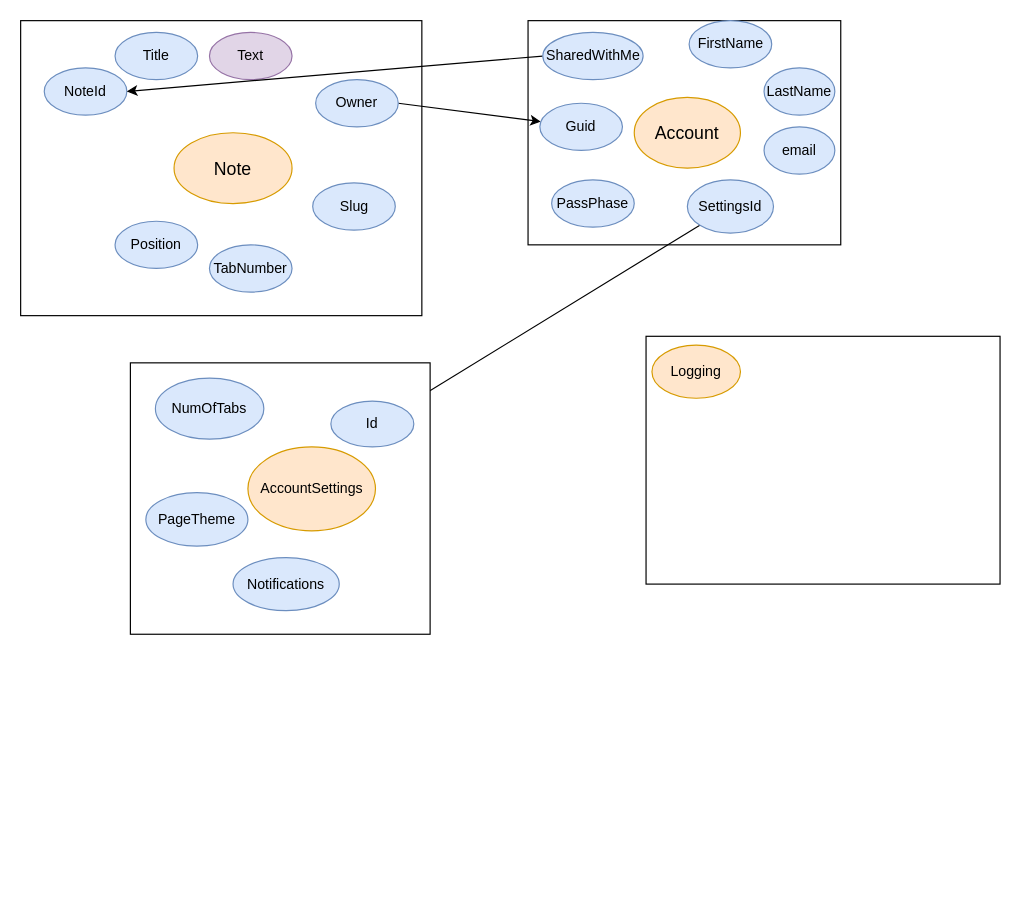
The draw.io diagram page "DataModel" (1 of 2) of GraduateWork/DataModel.drawio in AdamNagy/Nadam.L2Plus, before the edit. Source tidied: cells renumbered, new cells numbered last; positions are measured from the earlier drawing's top-left corner, leaving out a move shared by most shapes. Both pictures are drawn from the tidied source at 118%, with x=0, y=0 at pixel (20, 20).
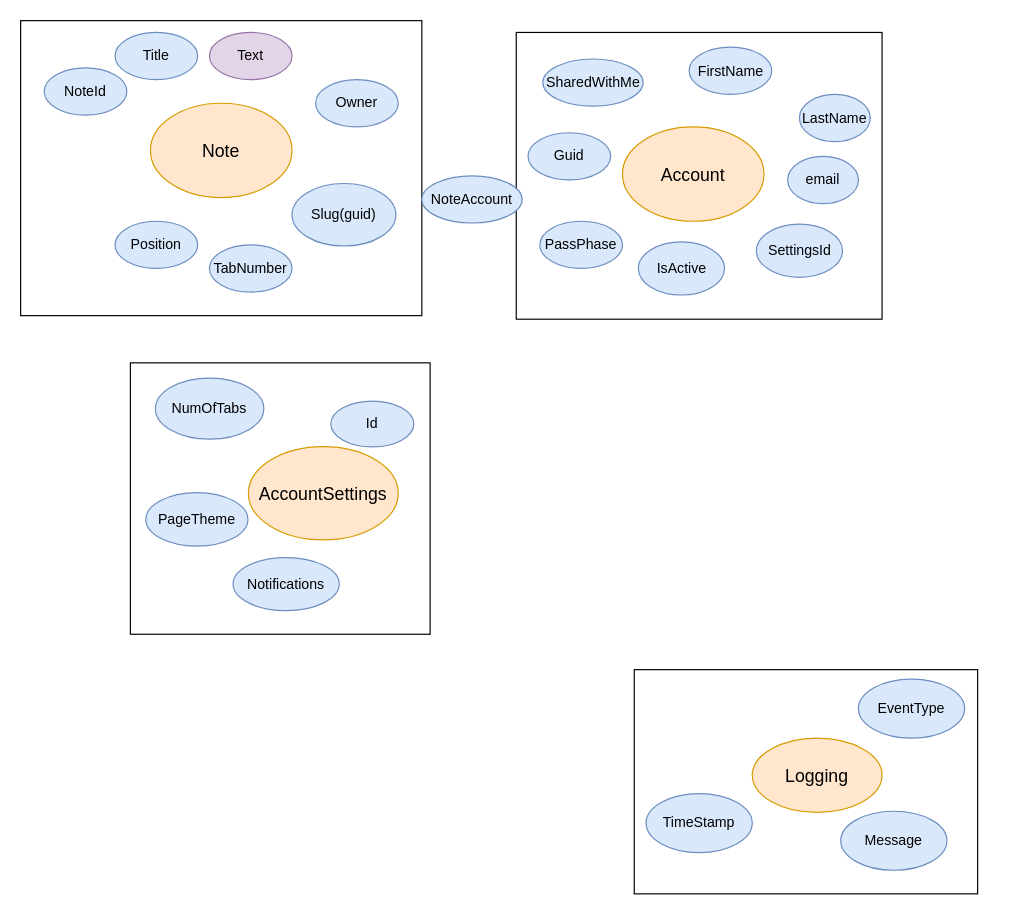
The same page after the edit.

The change refers to these unchanged cells:
```xml
<mxCell id="4" value="NoteId" style="ellipse;whiteSpace=wrap;html=1;fillColor=#dae8fc;strokeColor=#6c8ebf;" parent="1" vertex="1">
  <mxGeometry x="20" y="40" width="70" height="40" as="geometry" />
</mxCell>
<mxCell id="8" value="Owner" style="ellipse;whiteSpace=wrap;html=1;fillColor=#dae8fc;strokeColor=#6c8ebf;" parent="1" vertex="1">
  <mxGeometry x="250" y="50" width="70" height="40" as="geometry" />
</mxCell>
<mxCell id="29" value="Id" style="ellipse;whiteSpace=wrap;html=1;strokeWidth=1;fontSize=12;fillColor=#dae8fc;strokeColor=#6c8ebf;" parent="1" vertex="1">
  <mxGeometry x="262.9" y="322.4" width="70.3" height="38.8" as="geometry" />
</mxCell>
```

What changed in the source:
```diff
@@
+    <mxCell id="25" style="rounded=0;whiteSpace=wrap;html=1;strokeWidth=1;fontSize=15;" parent="1" vertex="1">
+      <mxGeometry x="93" y="290" width="254" height="230" as="geometry" />
+    </mxCell>
     <mxCell id="2" style="rounded=0;whiteSpace=wrap;html=1;strokeWidth=1;fontSize=15;" parent="1" vertex="1">
-      <mxGeometry x="430" width="265" height="190" as="geometry" />
+      <mxGeometry x="420" y="10" width="310" height="243" as="geometry" />
     </mxCell>
@@
-    <mxCell id="7" style="rounded=0;jettySize=auto;html=1;exitX=1;exitY=0.5;exitDx=0;exitDy=0;fontSize=12;" parent="1" edge="1" source="8" target="17">
-      <mxGeometry relative="1" as="geometry" />
-    </mxCell>
@@
-    <mxCell id="9" style="edgeStyle=none;rounded=0;jettySize=auto;html=1;exitX=0;exitY=0.5;exitDx=0;exitDy=0;entryX=1;entryY=0.5;entryDx=0;entryDy=0;fontSize=12;" parent="1" edge="1" source="10" target="4">
-      <mxGeometry relative="1" as="geometry" />
-    </mxCell>
     <mxCell id="10" value="SharedWithMe" style="ellipse;whiteSpace=wrap;html=1;fillColor=#dae8fc;strokeColor=#6c8ebf;" parent="1" vertex="1">
-      <mxGeometry x="442.5" y="10" width="85" height="40" as="geometry" />
+      <mxGeometry x="442.5" y="32.5" width="85" height="40" as="geometry" />
     </mxCell>
-    <mxCell id="11" value="Slug" style="ellipse;whiteSpace=wrap;html=1;fillColor=#dae8fc;strokeColor=#6c8ebf;" parent="1" vertex="1">
-      <mxGeometry x="247.5" y="137.5" width="70" height="40" as="geometry" />
+    <mxCell id="11" value="Slug(guid)" style="ellipse;whiteSpace=wrap;html=1;fillColor=#dae8fc;strokeColor=#6c8ebf;" parent="1" vertex="1">
+      <mxGeometry x="230" y="138" width="88" height="53" as="geometry" />
     </mxCell>
@@
     <mxCell id="14" value="Account" style="ellipse;whiteSpace=wrap;html=1;strokeWidth=1;fontSize=15;fillColor=#ffe6cc;strokeColor=#d79b00;" parent="1" vertex="1">
-      <mxGeometry x="520" y="65" width="90" height="60" as="geometry" />
+      <mxGeometry x="510" y="90" width="120" height="80" as="geometry" />
     </mxCell>
     <mxCell id="15" value="FirstName" style="ellipse;whiteSpace=wrap;html=1;fillColor=#dae8fc;strokeColor=#6c8ebf;" parent="1" vertex="1">
-      <mxGeometry x="566.5" width="70" height="40" as="geometry" />
+      <mxGeometry x="566.5" y="22.5" width="70" height="40" as="geometry" />
     </mxCell>
     <mxCell id="16" value="LastName" style="ellipse;whiteSpace=wrap;html=1;fillColor=#dae8fc;strokeColor=#6c8ebf;" parent="1" vertex="1">
-      <mxGeometry x="630" y="40" width="60" height="40" as="geometry" />
+      <mxGeometry x="660" y="62.5" width="60" height="40" as="geometry" />
     </mxCell>
     <mxCell id="17" value="Guid" style="ellipse;whiteSpace=wrap;html=1;fillColor=#dae8fc;strokeColor=#6c8ebf;" parent="1" vertex="1">
-      <mxGeometry x="440" y="70" width="70" height="40" as="geometry" />
+      <mxGeometry x="430" y="95" width="70" height="40" as="geometry" />
     </mxCell>
     <mxCell id="18" value="PassPhase" style="ellipse;whiteSpace=wrap;html=1;fillColor=#dae8fc;strokeColor=#6c8ebf;" parent="1" vertex="1">
-      <mxGeometry x="450" y="135" width="70" height="40" as="geometry" />
+      <mxGeometry x="440" y="170" width="70" height="40" as="geometry" />
     </mxCell>
     <mxCell id="19" value="Note" style="ellipse;whiteSpace=wrap;html=1;strokeWidth=1;fontSize=15;fillColor=#ffe6cc;strokeColor=#d79b00;" parent="1" vertex="1">
-      <mxGeometry x="130" y="95" width="100" height="60" as="geometry" />
+      <mxGeometry x="110" y="70" width="120" height="80" as="geometry" />
     </mxCell>
-    <mxCell id="20" style="edgeStyle=none;rounded=0;jettySize=auto;html=1;exitX=0;exitY=1;exitDx=0;exitDy=0;entryX=1;entryY=0;entryDx=0;entryDy=0;fontSize=12;" parent="1" edge="1" source="21" target="29">
-      <mxGeometry relative="1" as="geometry" />
-    </mxCell>
     <mxCell id="21" value="SettingsId" style="ellipse;whiteSpace=wrap;html=1;strokeWidth=1;fontSize=12;fillColor=#dae8fc;strokeColor=#6c8ebf;" parent="1" vertex="1">
-      <mxGeometry x="565" y="135" width="73" height="45" as="geometry" />
+      <mxGeometry x="623.5" y="172.5" width="73" height="45" as="geometry" />
     </mxCell>
     <mxCell id="22" value="email" style="ellipse;whiteSpace=wrap;html=1;fillColor=#dae8fc;strokeColor=#6c8ebf;" parent="1" vertex="1">
-      <mxGeometry x="630" y="90" width="60" height="40" as="geometry" />
+      <mxGeometry x="650" y="115" width="60" height="40" as="geometry" />
     </mxCell>
     <mxCell id="23" style="rounded=0;whiteSpace=wrap;html=1;strokeWidth=1;fontSize=12;" parent="1" vertex="1">
-      <mxGeometry x="530" y="267.5" width="300" height="210" as="geometry" />
+      <mxGeometry x="520" y="550" width="291" height="190" as="geometry" />
     </mxCell>
-    <mxCell id="24" value="Logging" style="ellipse;whiteSpace=wrap;html=1;strokeWidth=1;fontSize=12;fillColor=#ffe6cc;strokeColor=#d79b00;" parent="1" vertex="1">
-      <mxGeometry x="535" y="275" width="75" height="45" as="geometry" />
+    <mxCell id="24" value="Logging" style="ellipse;whiteSpace=wrap;html=1;strokeWidth=1;fontSize=15;fillColor=#ffe6cc;strokeColor=#d79b00;" parent="1" vertex="1">
+      <mxGeometry x="620" y="608" width="110" height="63" as="geometry" />
     </mxCell>
-    <mxCell id="25" style="rounded=0;whiteSpace=wrap;html=1;strokeWidth=1;fontSize=15;" parent="1" vertex="1">
-      <mxGeometry x="93" y="290" width="254" height="230" as="geometry" />
-    </mxCell>
-    <mxCell id="26" value="AccountSettings" style="ellipse;whiteSpace=wrap;html=1;strokeWidth=1;fontSize=12;fillColor=#ffe6cc;strokeColor=#d79b00;" parent="1" vertex="1">
-      <mxGeometry x="192.6" y="361.2" width="108.1" height="71.2" as="geometry" />
+    <mxCell id="26" value="AccountSettings" style="ellipse;whiteSpace=wrap;html=1;strokeWidth=1;fontSize=15;fillColor=#ffe6cc;strokeColor=#d79b00;" parent="1" vertex="1">
+      <mxGeometry x="193" y="361" width="127" height="79" as="geometry" />
     </mxCell>
@@
+    <mxCell id="31" value="EventType" style="ellipse;whiteSpace=wrap;html=1;strokeWidth=1;fontSize=12;fillColor=#dae8fc;strokeColor=#6c8ebf;" parent="1" vertex="1">
+      <mxGeometry x="710" y="558" width="90" height="50" as="geometry" />
+    </mxCell>
+    <mxCell id="32" value="TimeStamp" style="ellipse;whiteSpace=wrap;html=1;strokeWidth=1;fontSize=12;fillColor=#dae8fc;strokeColor=#6c8ebf;" parent="1" vertex="1">
+      <mxGeometry x="530" y="655" width="90" height="50" as="geometry" />
+    </mxCell>
+    <mxCell id="33" value="Message" style="ellipse;whiteSpace=wrap;html=1;strokeWidth=1;fontSize=12;fillColor=#dae8fc;strokeColor=#6c8ebf;" parent="1" vertex="1">
+      <mxGeometry x="695" y="670" width="90" height="50" as="geometry" />
+    </mxCell>
+    <mxCell id="34" value="IsActive" style="ellipse;whiteSpace=wrap;html=1;strokeWidth=1;fontSize=12;fillColor=#dae8fc;strokeColor=#6c8ebf;" parent="1" vertex="1">
+      <mxGeometry x="523.5" y="187.5" width="73" height="45" as="geometry" />
+    </mxCell>
+    <mxCell id="35" value="NoteAccount" style="ellipse;whiteSpace=wrap;html=1;fillColor=#dae8fc;strokeColor=#6c8ebf;" parent="1" vertex="1">
+      <mxGeometry x="340" y="131.5" width="85" height="40" as="geometry" />
+    </mxCell>
```
